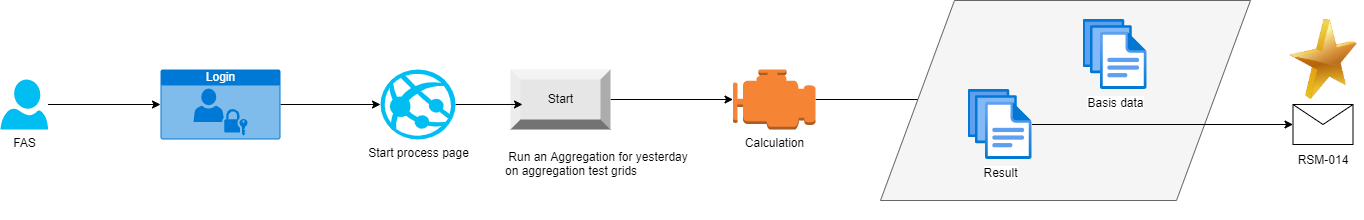
Earlier version of the draw.io export docs/RSM-014-roadmap.drawio.png (Energinet-DataHub/ARCHIVED-geh-aggregations). Source tidied: cells renumbered, new cells last; positions are measured from the earlier drawing's top-left corner, leaving out a move shared by most shapes.
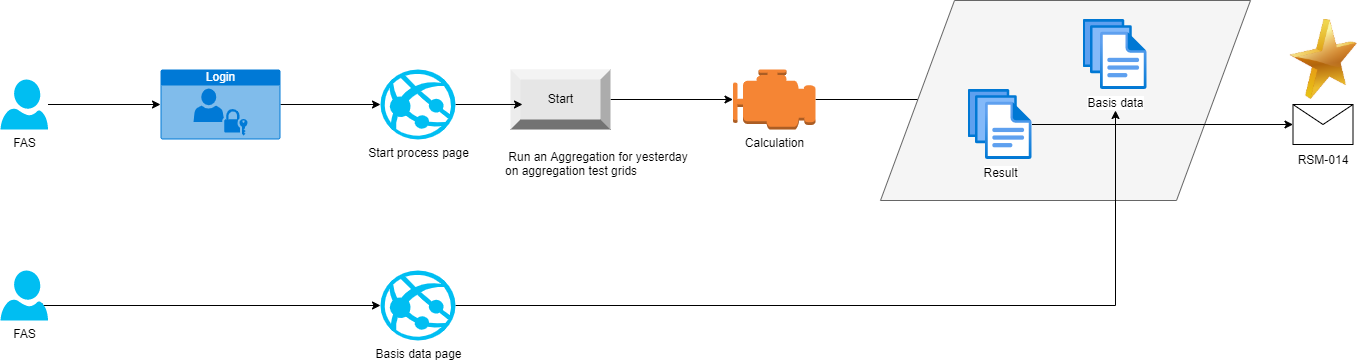
After the change.

Diff of the diagram source:
```diff
@@ -55,5 +55,23 @@
     <mxCell id="18" style="image;html=1;image=img/lib/clip_art/general/Star_128x128.png;sketch=0;" parent="1" vertex="1">
       <mxGeometry x="1283" y="19" width="80" height="80" as="geometry" />
     </mxCell>
+    <mxCell id="19" style="edgeStyle=orthogonalEdgeStyle;rounded=0;jettySize=auto;html=1;exitX=0.87;exitY=0.65;exitDx=0;exitDy=0;exitPerimeter=0;entryX=0;entryY=0.5;entryDx=0;entryDy=0;entryPerimeter=0;" parent="1" edge="1" source="20" target="22">
+      <mxGeometry relative="1" as="geometry">
+        <Array as="points">
+          <mxPoint x="41" y="305" />
+        </Array>
+      </mxGeometry>
+    </mxCell>
+    <mxCell id="20" value="FAS" style="verticalLabelPosition=bottom;html=1;verticalAlign=top;align=center;strokeColor=none;fillColor=#00BEF2;shape=mxgraph.azure.user;sketch=0;" parent="1" vertex="1">
+      <mxGeometry y="270" width="47.5" height="50" as="geometry" />
+    </mxCell>
+    <mxCell id="21" style="edgeStyle=orthogonalEdgeStyle;rounded=0;jettySize=auto;html=1;exitX=1;exitY=0.5;exitDx=0;exitDy=0;exitPerimeter=0;" parent="1" edge="1" source="22">
+      <mxGeometry relative="1" as="geometry">
+        <mxPoint x="1115" y="110" as="targetPoint" />
+      </mxGeometry>
+    </mxCell>
+    <mxCell id="22" value="Basis data page" style="verticalLabelPosition=bottom;html=1;verticalAlign=top;align=center;strokeColor=none;fillColor=#00BEF2;shape=mxgraph.azure.azure_website;sketch=0;" parent="1" vertex="1">
+      <mxGeometry x="380" y="270" width="75" height="70" as="geometry" />
+    </mxCell>
   </root>
 </mxGraphModel>
```
